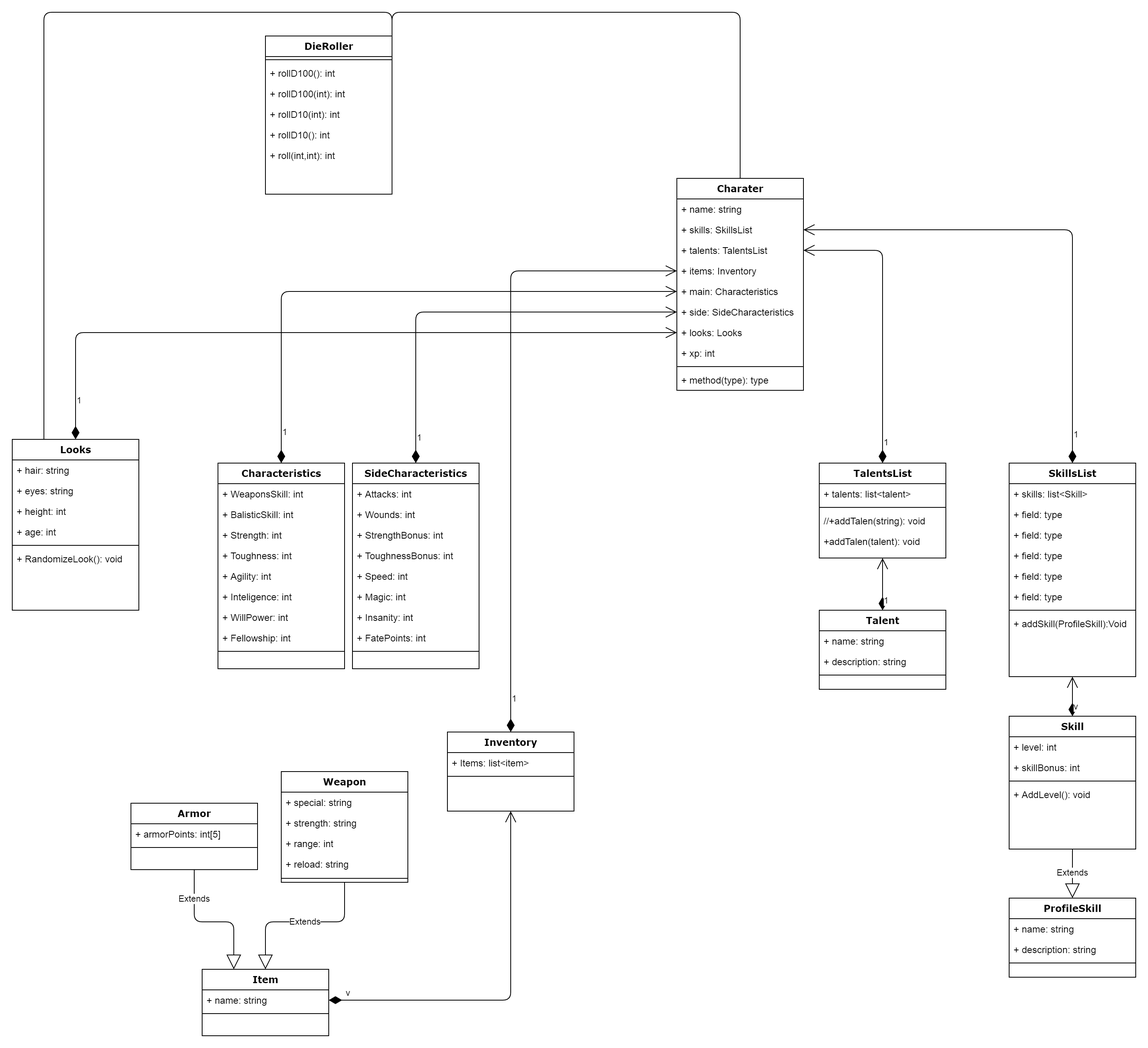
Before: WHFR-ed2-NPC-Creator/doc/imgs/ClassDiagram.png, a diagram exported from draw.io (Drzerald/WHFR-ed2-NPC-Creator). Source tidied: cells renumbered, new cells last; positions are measured from the earlier drawing's top-left corner, leaving out a move shared by most shapes.
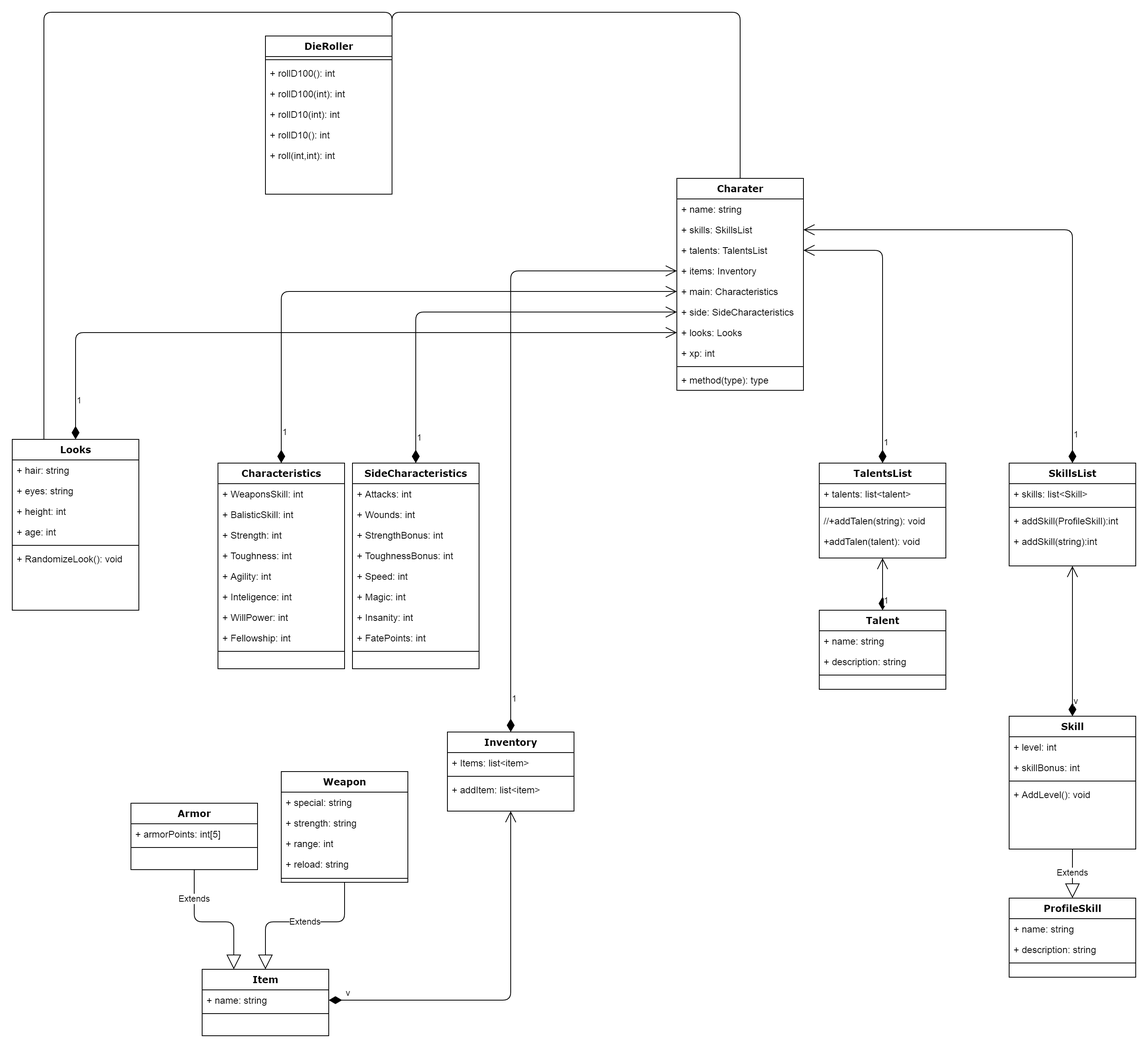
The same file after the commit.

The edit, as a diff of the source:
```diff
@@ -129,6 +129,9 @@
     <mxCell id="35" style="line;html=1;strokeWidth=1;fillColor=none;align=left;verticalAlign=middle;spacingTop=-1;spacingLeft=3;spacingRight=3;labelPosition=right;" parent="33" vertex="1">
       <mxGeometry y="52" width="160" height="8" as="geometry" />
     </mxCell>
+    <mxCell id="103" value="+ addItem: list&amp;lt;item&amp;gt;&amp;nbsp;" style="text;html=1;strokeColor=none;fillColor=none;align=left;verticalAlign=top;spacingLeft=4;spacingRight=4;whiteSpace=wrap;overflow=hidden;" parent="33" vertex="1">
+      <mxGeometry y="60" width="160" height="26" as="geometry" />
+    </mxCell>
     <mxCell id="36" value="Armor" style="swimlane;html=1;fontStyle=1;align=center;verticalAlign=top;horizontal=1;startSize=26;swimlaneFillColor=#ffffff;rounded=0;shadow=0;comic=0;labelBackgroundColor=none;strokeWidth=1;fillColor=none;fontFamily=Verdana;fontSize=12;" parent="1" vertex="1">
       <mxGeometry x="150" y="1000" width="160" height="84" as="geometry" />
     </mxCell>
@@ -220,32 +223,20 @@
       <mxGeometry y="86" width="160" height="26" as="geometry" />
     </mxCell>
     <mxCell id="66" value="SkillsList" style="swimlane;html=1;fontStyle=1;align=center;verticalAlign=top;horizontal=1;startSize=26;swimlaneFillColor=#ffffff;rounded=0;shadow=0;comic=0;labelBackgroundColor=none;strokeWidth=1;fillColor=none;fontFamily=Verdana;fontSize=12;" parent="1" vertex="1">
-      <mxGeometry x="1260" y="570" width="160" height="270" as="geometry" />
+      <mxGeometry x="1260" y="570" width="160" height="130" as="geometry" />
     </mxCell>
     <mxCell id="67" value="+ skills: list&amp;lt;Skill&amp;gt;" style="text;html=1;strokeColor=none;fillColor=none;align=left;verticalAlign=top;spacingLeft=4;spacingRight=4;whiteSpace=wrap;overflow=hidden;" parent="66" vertex="1">
       <mxGeometry y="26" width="160" height="26" as="geometry" />
     </mxCell>
-    <mxCell id="68" value="+ field: type" style="text;html=1;strokeColor=none;fillColor=none;align=left;verticalAlign=top;spacingLeft=4;spacingRight=4;whiteSpace=wrap;overflow=hidden;" parent="66" vertex="1">
-      <mxGeometry y="52" width="160" height="26" as="geometry" />
-    </mxCell>
-    <mxCell id="69" value="+ field: type" style="text;html=1;strokeColor=none;fillColor=none;align=left;verticalAlign=top;spacingLeft=4;spacingRight=4;whiteSpace=wrap;overflow=hidden;" parent="66" vertex="1">
-      <mxGeometry y="78" width="160" height="26" as="geometry" />
-    </mxCell>
-    <mxCell id="70" value="+ field: type" style="text;html=1;strokeColor=none;fillColor=none;align=left;verticalAlign=top;spacingLeft=4;spacingRight=4;whiteSpace=wrap;overflow=hidden;" parent="66" vertex="1">
-      <mxGeometry y="104" width="160" height="26" as="geometry" />
-    </mxCell>
-    <mxCell id="71" value="+ field: type" style="text;html=1;strokeColor=none;fillColor=none;align=left;verticalAlign=top;spacingLeft=4;spacingRight=4;whiteSpace=wrap;overflow=hidden;" parent="66" vertex="1">
-      <mxGeometry y="130" width="160" height="26" as="geometry" />
-    </mxCell>
-    <mxCell id="72" value="+ field: type" style="text;html=1;strokeColor=none;fillColor=none;align=left;verticalAlign=top;spacingLeft=4;spacingRight=4;whiteSpace=wrap;overflow=hidden;" parent="66" vertex="1">
-      <mxGeometry y="156" width="160" height="26" as="geometry" />
-    </mxCell>
     <mxCell id="73" style="line;html=1;strokeWidth=1;fillColor=none;align=left;verticalAlign=middle;spacingTop=-1;spacingLeft=3;spacingRight=3;labelPosition=right;" parent="66" vertex="1">
-      <mxGeometry y="182" width="160" height="8" as="geometry" />
+      <mxGeometry y="52" width="160" height="8" as="geometry" />
     </mxCell>
-    <mxCell id="74" value="+ addSkill(ProfileSkill):Void&amp;nbsp;" style="text;html=1;strokeColor=none;fillColor=none;align=left;verticalAlign=top;spacingLeft=4;spacingRight=4;whiteSpace=wrap;overflow=hidden;" parent="66" vertex="1">
-      <mxGeometry y="190" width="160" height="26" as="geometry" />
+    <mxCell id="74" value="+ addSkill(ProfileSkill):int&amp;nbsp;" style="text;html=1;strokeColor=none;fillColor=none;align=left;verticalAlign=top;spacingLeft=4;spacingRight=4;whiteSpace=wrap;overflow=hidden;" parent="66" vertex="1">
+      <mxGeometry y="60" width="160" height="26" as="geometry" />
     </mxCell>
+    <mxCell id="104" value="+ addSkill(string):int&amp;nbsp;" style="text;html=1;strokeColor=none;fillColor=none;align=left;verticalAlign=top;spacingLeft=4;spacingRight=4;whiteSpace=wrap;overflow=hidden;" parent="66" vertex="1">
+      <mxGeometry y="86" width="160" height="26" as="geometry" />
+    </mxCell>
     <mxCell id="75" value="Skill" style="swimlane;html=1;fontStyle=1;align=center;verticalAlign=top;horizontal=1;startSize=26;swimlaneFillColor=#ffffff;rounded=0;shadow=0;comic=0;labelBackgroundColor=none;strokeWidth=1;fillColor=none;fontFamily=Verdana;fontSize=12;" parent="1" vertex="1">
       <mxGeometry x="1260" y="890" width="160" height="168" as="geometry" />
     </mxCell>
```
